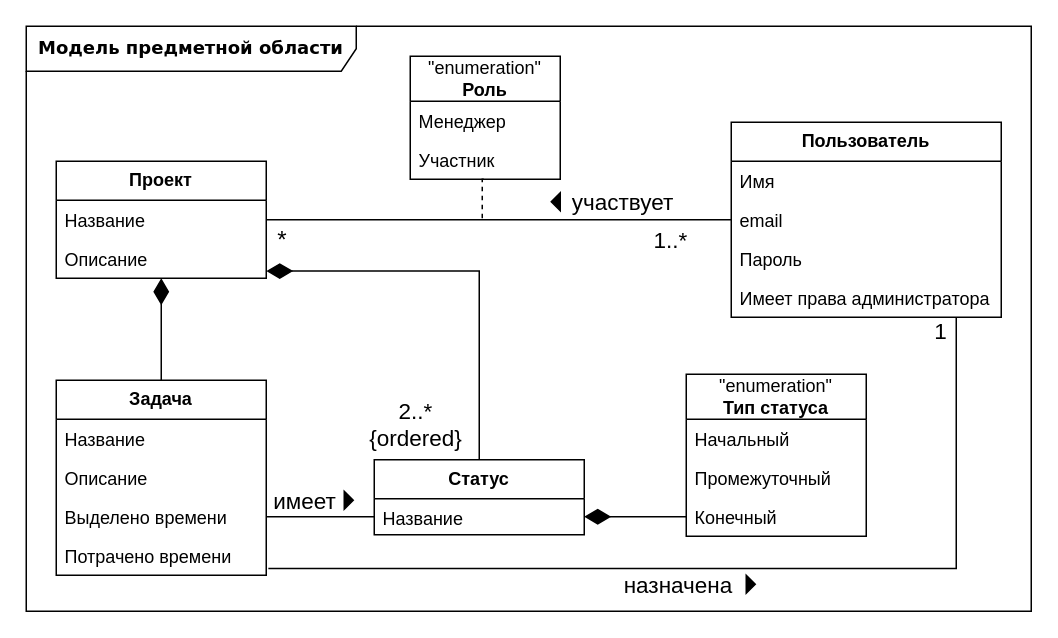
Earlier version of the draw.io diagram docs/raw_diagrams/domain_model.drawio (aVorotnikov/thunder_board). Source tidied: cells renumbered, new cells numbered last; positions are measured from the earlier drawing's top-left corner, leaving out a move shared by most shapes. Both pictures are drawn from the tidied source at 150%, with x=0, y=0 at pixel (26, 26).
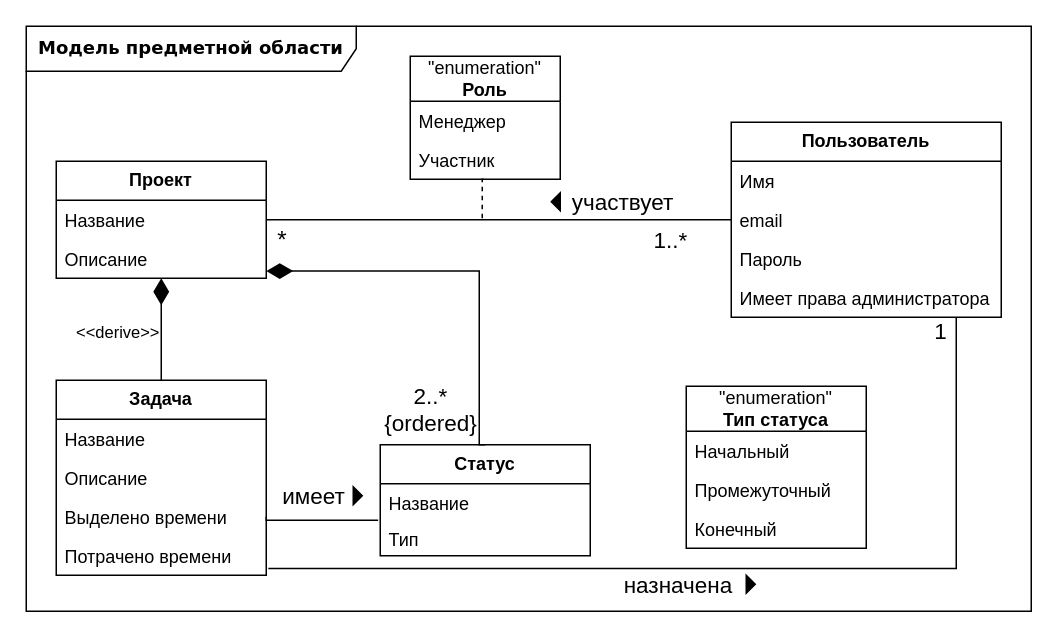
The same diagram, later.

Commit message (it also covers changes not shown here):
Исправлена модель предметной области

Unchanged cells that the change refers to:
```xml
<mxCell id="10" value="Выделено времени" style="text;strokeColor=none;fillColor=none;align=left;verticalAlign=top;spacingLeft=4;spacingRight=4;overflow=hidden;points=[[0,0.5],[1,0.5]];portConstraint=eastwest;whiteSpace=wrap;html=1;" parent="7" vertex="1">
  <mxGeometry y="78" width="140" height="26" as="geometry" />
</mxCell>
<mxCell id="12" style="edgeStyle=orthogonalEdgeStyle;rounded=0;jettySize=auto;html=1;endArrow=diamondThin;endFill=1;startSize=12;endSize=15;" parent="1" edge="1" source="7" target="3">
  <mxGeometry relative="1" as="geometry" />
</mxCell>
<mxCell id="27" value="Название" style="text;strokeColor=none;fillColor=none;align=left;verticalAlign=top;spacingLeft=4;spacingRight=4;overflow=hidden;points=[[0,0.5],[1,0.5]];portConstraint=eastwest;whiteSpace=wrap;html=1;" parent="26" vertex="1">
  <mxGeometry y="26" width="140" height="24" as="geometry" />
</mxCell>
<mxCell id="40" value="Конечный" style="text;strokeColor=none;fillColor=none;align=left;verticalAlign=top;spacingLeft=4;spacingRight=4;overflow=hidden;points=[[0,0.5],[1,0.5]];portConstraint=eastwest;whiteSpace=wrap;html=1;" parent="37" vertex="1">
  <mxGeometry y="82" width="120" height="26" as="geometry" />
</mxCell>
```

Change to the diagram source:
```diff
@@
-    <mxCell id="6" style="edgeStyle=orthogonalEdgeStyle;rounded=0;jettySize=auto;html=1;endArrow=none;endFill=0;exitX=1;exitY=0.5;exitDx=0;exitDy=0;startArrow=none;startFill=0;endSize=9;startSize=12;entryX=0;entryY=0.5;entryDx=0;entryDy=0;" parent="1" edge="1" source="10" target="27">
-      <mxGeometry relative="1" as="geometry" />
+    <mxCell id="6" style="edgeStyle=orthogonalEdgeStyle;rounded=0;jettySize=auto;html=1;endArrow=none;endFill=0;exitX=1;exitY=0.5;exitDx=0;exitDy=0;startArrow=none;startFill=0;endSize=9;startSize=12;entryX=-0.01;entryY=1.012;entryDx=0;entryDy=0;entryPerimeter=0;" parent="1" edge="1" source="10" target="27">
+      <mxGeometry relative="1" as="geometry">
+        <Array as="points">
+          <mxPoint x="160" y="329" />
+          <mxPoint x="235" y="329" />
+        </Array>
+      </mxGeometry>
     </mxCell>
@@
+    <mxCell id="42" value="&amp;lt;&amp;lt;derive&amp;gt;&amp;gt;" style="edgeLabel;html=1;align=center;verticalAlign=middle;" parent="12" vertex="1">
+      <mxGeometry x="-0.01" y="1" relative="1" as="geometry">
+        <mxPoint x="-29" y="1" as="offset" />
+      </mxGeometry>
+    </mxCell>
@@
     <mxCell id="26" value="&lt;b&gt;Статус&lt;/b&gt;" style="swimlane;fontStyle=0;horizontal=1;startSize=26;fillColor=none;whiteSpace=wrap;html=1;" parent="1" vertex="1">
-      <mxGeometry x="232" y="289" width="140" height="50" as="geometry" />
+      <mxGeometry x="236" y="279" width="140" height="74" as="geometry" />
     </mxCell>
@@
+    <mxCell id="43" value="Тип" style="text;strokeColor=none;fillColor=none;align=left;verticalAlign=top;spacingLeft=4;spacingRight=4;overflow=hidden;whiteSpace=wrap;html=1;" parent="26" vertex="1">
+      <mxGeometry y="50" width="140" height="24" as="geometry" />
+    </mxCell>
     <mxCell id="28" value="2..* {ordered}" style="text;html=1;strokeColor=none;fillColor=none;align=center;verticalAlign=middle;whiteSpace=wrap;rounded=0;fontSize=15;" parent="1" vertex="1">
-      <mxGeometry x="230" y="250" width="60" height="30" as="geometry" />
+      <mxGeometry x="240" y="240" width="60" height="30" as="geometry" />
     </mxCell>
@@
     <mxCell id="35" value="имеет" style="text;html=1;strokeColor=none;fillColor=none;align=center;verticalAlign=middle;whiteSpace=wrap;rounded=0;fontSize=15;" parent="1" vertex="1">
-      <mxGeometry x="160" y="306" width="52" height="20" as="geometry" />
+      <mxGeometry x="166" y="303" width="52" height="20" as="geometry" />
     </mxCell>
     <mxCell id="36" style="triangle;fillColor=strokeColor;" parent="1" vertex="1">
-      <mxGeometry x="212" y="310" width="6" height="12" as="geometry" />
+      <mxGeometry x="218" y="307" width="6" height="12" as="geometry" />
     </mxCell>
     <mxCell id="37" value="&quot;enumeration&quot;&lt;br&gt;&lt;b&gt;Тип статуса&lt;/b&gt;" style="swimlane;fontStyle=0;horizontal=1;startSize=30;fillColor=none;whiteSpace=wrap;html=1;" parent="1" vertex="1">
-      <mxGeometry x="440" y="232" width="120" height="108" as="geometry" />
+      <mxGeometry x="440" y="240" width="120" height="108" as="geometry" />
     </mxCell>
@@
-    <mxCell id="41" style="edgeStyle=orthogonalEdgeStyle;rounded=0;jettySize=auto;html=1;endArrow=diamondThin;endFill=1;startSize=12;endSize=15;exitX=0;exitY=0.5;exitDx=0;exitDy=0;entryX=1;entryY=0.5;entryDx=0;entryDy=0;" parent="1" edge="1" source="40" target="27">
-      <mxGeometry relative="1" as="geometry" />
-    </mxCell>
```
